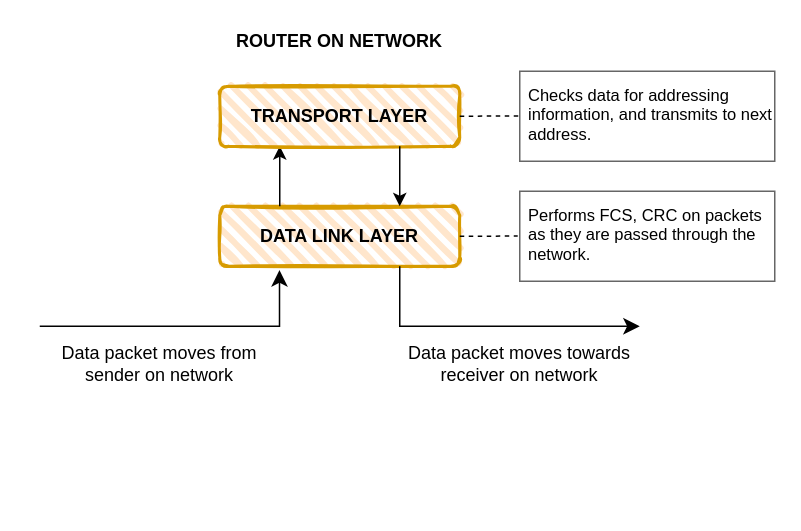
Before: CRCCheck.drawio in CorbinCoder/Diagrams, a draw.io diagram. Source tidied: cells renumbered, new cells numbered last; positions are measured from the earlier drawing's top-left corner, leaving out a move shared by most shapes. Both pictures are drawn from the tidied source at 150%, with x=0, y=0 at pixel (39, 26).
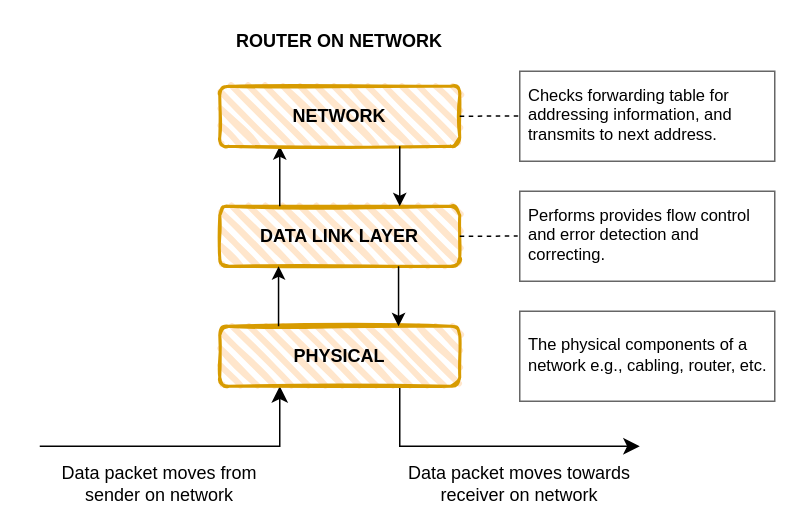
The same diagram, later.

The change refers to these unchanged cells:
```xml
<mxCell id="3" value="DATA LINK LAYER" style="rounded=1;whiteSpace=wrap;html=1;strokeWidth=2;fillWeight=4;hachureGap=8;hachureAngle=45;fillColor=#ffe6cc;sketch=1;strokeColor=#d79b00;fontStyle=1;" parent="1" vertex="1">
  <mxGeometry x="120" y="120" width="160" height="40" as="geometry" />
</mxCell>
```

Change to the diagram source:
```diff
@@
-    <mxCell id="2" style="edgeStyle=elbowEdgeStyle;elbow=vertical;endArrow=classic;html=1;curved=0;rounded=0;endSize=8;startSize=8;entryX=0.249;entryY=1.064;entryDx=0;entryDy=0;entryPerimeter=0;" parent="1" edge="1" target="3">
+    <mxCell id="2" style="edgeStyle=elbowEdgeStyle;elbow=vertical;endArrow=classic;html=1;curved=0;rounded=0;endSize=8;startSize=8;entryX=0.25;entryY=1;entryDx=0;entryDy=0;" parent="1" edge="1" target="15">
       <mxGeometry relative="1" as="geometry">
-        <mxPoint y="200" as="sourcePoint" />
+        <mxPoint y="280" as="sourcePoint" />
         <Array as="points">
-          <mxPoint x="170" y="200" />
+          <mxPoint x="80" y="280" />
         </Array>
       </mxGeometry>
     </mxCell>
@@
-    <mxCell id="5" value="TRANSPORT LAYER" style="rounded=1;whiteSpace=wrap;html=1;strokeWidth=2;fillWeight=4;hachureGap=8;hachureAngle=45;fillColor=#ffe6cc;sketch=1;strokeColor=#d79b00;fontStyle=1;" parent="1" vertex="1">
+    <mxCell id="5" value="NETWORK" style="rounded=1;whiteSpace=wrap;html=1;strokeWidth=2;fillWeight=4;hachureGap=8;hachureAngle=45;fillColor=#ffe6cc;sketch=1;strokeColor=#d79b00;fontStyle=1;" parent="1" vertex="1">
       <mxGeometry x="120" y="40" width="160" height="40" as="geometry" />
     </mxCell>
@@
-    <mxCell id="7" style="edgeStyle=elbowEdgeStyle;elbow=horizontal;endArrow=classic;html=1;curved=0;rounded=0;endSize=8;startSize=8;exitX=0.75;exitY=1;exitDx=0;exitDy=0;" parent="1" edge="1" source="3">
+    <mxCell id="7" style="edgeStyle=elbowEdgeStyle;elbow=horizontal;endArrow=classic;html=1;curved=0;rounded=0;endSize=8;startSize=8;exitX=0.75;exitY=1;exitDx=0;exitDy=0;" parent="1" edge="1" source="15">
       <mxGeometry relative="1" as="geometry">
-        <mxPoint x="400" y="200" as="targetPoint" />
+        <mxPoint x="400" y="280" as="targetPoint" />
         <Array as="points">
-          <mxPoint x="240" y="200" />
+          <mxPoint x="240" y="300" />
         </Array>
       </mxGeometry>
     </mxCell>
@@
-    <mxCell id="9" value="Performs FCS, CRC on packets as they are passed through the network." style="strokeWidth=1;shadow=0;dashed=0;align=center;html=1;shape=mxgraph.mockup.text.textBox;fontColor=#000000;align=left;fontSize=11;spacingLeft=4;spacingTop=-3;whiteSpace=wrap;strokeColor=#666666;mainText=;" parent="1" vertex="1">
+    <mxCell id="9" value="Performs provides flow control&amp;nbsp; and error detection and correcting." style="strokeWidth=1;shadow=0;dashed=0;align=center;html=1;shape=mxgraph.mockup.text.textBox;fontColor=#000000;align=left;fontSize=11;spacingLeft=4;spacingTop=-3;whiteSpace=wrap;strokeColor=#666666;mainText=;" parent="1" vertex="1">
       <mxGeometry x="320" y="110" width="170" height="60" as="geometry" />
     </mxCell>
@@
     <mxCell id="11" value="Data packet moves from sender on network" style="text;html=1;strokeColor=none;fillColor=none;align=center;verticalAlign=middle;whiteSpace=wrap;rounded=0;" parent="1" vertex="1">
-      <mxGeometry y="210" width="160" height="30" as="geometry" />
+      <mxGeometry y="290" width="160" height="30" as="geometry" />
     </mxCell>
     <mxCell id="12" value="Data packet moves towards receiver on network" style="text;html=1;strokeColor=none;fillColor=none;align=center;verticalAlign=middle;whiteSpace=wrap;rounded=0;" parent="1" vertex="1">
-      <mxGeometry x="240" y="210" width="160" height="30" as="geometry" />
+      <mxGeometry x="240" y="290" width="160" height="30" as="geometry" />
     </mxCell>
-    <mxCell id="13" value="Checks data for addressing information, and transmits to next address." style="strokeWidth=1;shadow=0;dashed=0;align=center;html=1;shape=mxgraph.mockup.text.textBox;fontColor=#000000;align=left;fontSize=11;spacingLeft=4;spacingTop=-3;whiteSpace=wrap;strokeColor=#666666;mainText=;" parent="1" vertex="1">
+    <mxCell id="13" value="Checks forwarding table for addressing information, and transmits to next address." style="strokeWidth=1;shadow=0;dashed=0;align=center;html=1;shape=mxgraph.mockup.text.textBox;fontColor=#000000;align=left;fontSize=11;spacingLeft=4;spacingTop=-3;whiteSpace=wrap;strokeColor=#666666;mainText=;" parent="1" vertex="1">
       <mxGeometry x="320" y="30" width="170" height="60" as="geometry" />
     </mxCell>
@@
+    <mxCell id="15" value="PHYSICAL" style="rounded=1;whiteSpace=wrap;html=1;strokeWidth=2;fillWeight=4;hachureGap=8;hachureAngle=45;fillColor=#ffe6cc;sketch=1;strokeColor=#d79b00;fontStyle=1;" parent="1" vertex="1">
+      <mxGeometry x="120" y="200" width="160" height="40" as="geometry" />
+    </mxCell>
+    <mxCell id="16" style="endArrow=classic;html=1;rounded=0;exitX=0.25;exitY=0;exitDx=0;exitDy=0;" parent="1" edge="1">
+      <mxGeometry relative="1" as="geometry">
+        <mxPoint x="159.2" y="200" as="sourcePoint" />
+        <mxPoint x="159.2" y="160" as="targetPoint" />
+      </mxGeometry>
+    </mxCell>
+    <mxCell id="17" style="endArrow=classic;html=1;rounded=0;exitX=0.75;exitY=1;exitDx=0;exitDy=0;entryX=0.75;entryY=0;entryDx=0;entryDy=0;" parent="1" edge="1">
+      <mxGeometry relative="1" as="geometry">
+        <mxPoint x="239.2" y="160" as="sourcePoint" />
+        <mxPoint x="239.2" y="200" as="targetPoint" />
+      </mxGeometry>
+    </mxCell>
+    <mxCell id="18" value="The physical components of a network e.g., cabling, router, etc." style="strokeWidth=1;shadow=0;dashed=0;align=center;html=1;shape=mxgraph.mockup.text.textBox;fontColor=#000000;align=left;fontSize=11;spacingLeft=4;spacingTop=-3;whiteSpace=wrap;strokeColor=#666666;mainText=;" parent="1" vertex="1">
+      <mxGeometry x="320" y="190" width="170" height="60" as="geometry" />
+    </mxCell>
```
